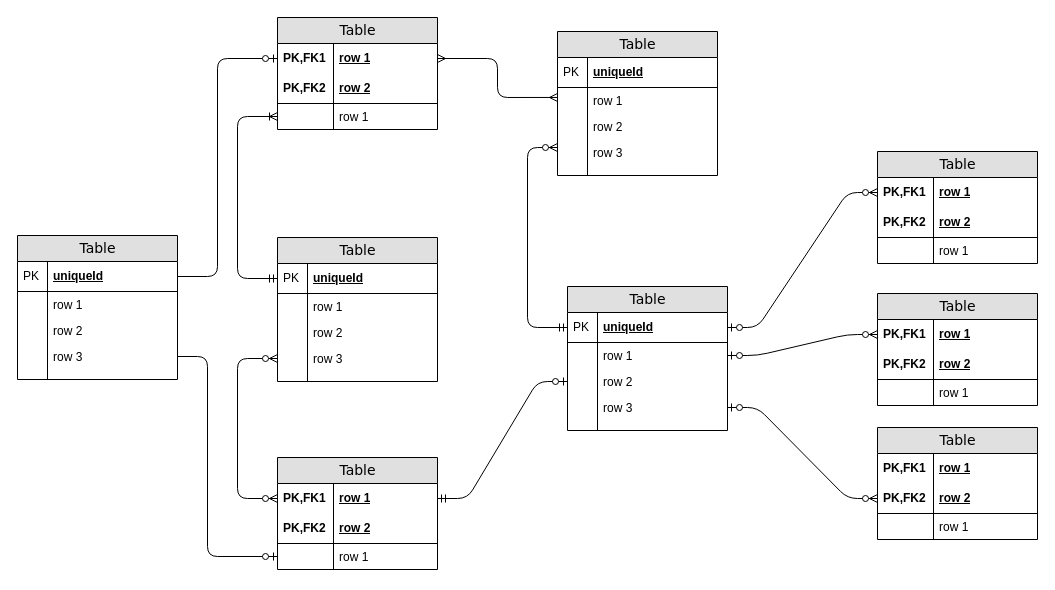
This is Data/Untitled Diagram.drawio from hamptoam/GroceryStoreGroupCapstone, a draw.io file, before an edit. Source tidied: cells renumbered, new cells numbered last; positions are measured from the earlier drawing's top-left corner, leaving out a move shared by most shapes. Both pictures are drawn from the tidied source at 100%, with x=0, y=0 at pixel (17, 17).
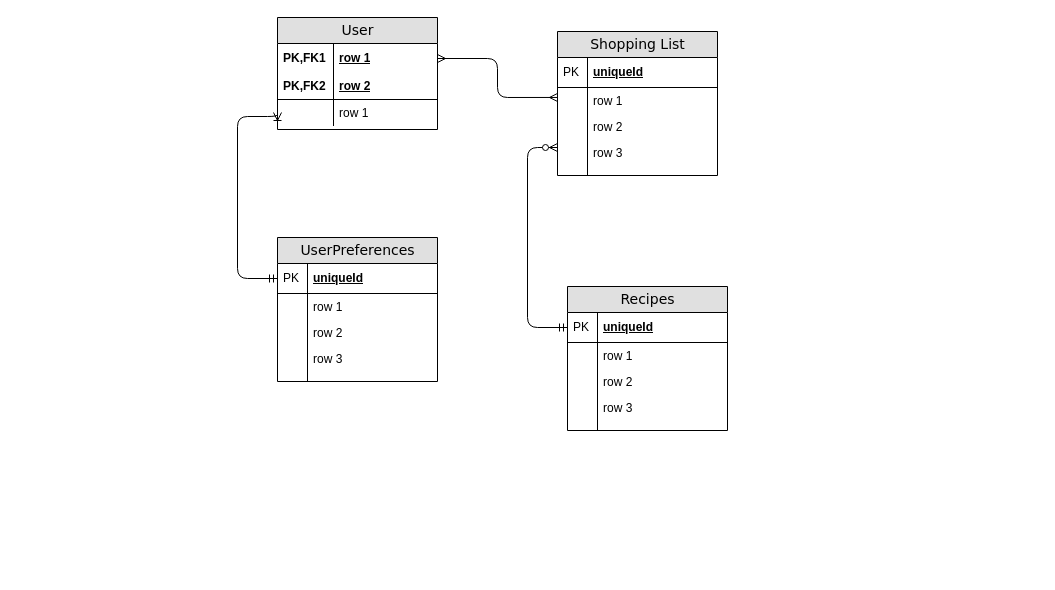
Above is the later version.

Unchanged cells that the change refers to:
```xml
<mxCell id="3" value="row 1" style="shape=partialRectangle;top=0;left=0;right=0;bottom=0;html=1;align=left;verticalAlign=middle;fillColor=none;spacingLeft=60;spacingRight=4;whiteSpace=wrap;overflow=hidden;points=[[0,0.5],[1,0.5]];portConstraint=eastwest;fontStyle=5;" parent="2" vertex="1">
  <mxGeometry y="26" width="160" height="30" as="geometry" />
</mxCell>
<mxCell id="27" value="row 3" style="shape=partialRectangle;top=0;left=0;right=0;bottom=0;html=1;align=left;verticalAlign=top;fillColor=none;spacingLeft=34;spacingRight=4;whiteSpace=wrap;overflow=hidden;points=[[0,0.5],[1,0.5]];portConstraint=eastwest;" parent="20" vertex="1">
  <mxGeometry y="108" width="160" height="26" as="geometry" />
</mxCell>
<mxCell id="32" value="uniqueId" style="shape=partialRectangle;top=0;left=0;right=0;bottom=1;html=1;align=left;verticalAlign=middle;fillColor=none;spacingLeft=34;spacingRight=4;whiteSpace=wrap;overflow=hidden;points=[[0,0.5],[1,0.5]];portConstraint=eastwest;fontStyle=5;" parent="31" vertex="1">
  <mxGeometry y="26" width="160" height="30" as="geometry" />
</mxCell>
<mxCell id="34" value="row 1" style="shape=partialRectangle;top=0;left=0;right=0;bottom=0;html=1;align=left;verticalAlign=top;fillColor=none;spacingLeft=34;spacingRight=4;whiteSpace=wrap;overflow=hidden;points=[[0,0.5],[1,0.5]];portConstraint=eastwest;" parent="31" vertex="1">
  <mxGeometry y="56" width="160" height="26" as="geometry" />
</mxCell>
<mxCell id="36" value="row 2" style="shape=partialRectangle;top=0;left=0;right=0;bottom=0;html=1;align=left;verticalAlign=top;fillColor=none;spacingLeft=34;spacingRight=4;whiteSpace=wrap;overflow=hidden;points=[[0,0.5],[1,0.5]];portConstraint=eastwest;" parent="31" vertex="1">
  <mxGeometry y="82" width="160" height="26" as="geometry" />
</mxCell>
<mxCell id="38" value="row 3" style="shape=partialRectangle;top=0;left=0;right=0;bottom=0;html=1;align=left;verticalAlign=top;fillColor=none;spacingLeft=34;spacingRight=4;whiteSpace=wrap;overflow=hidden;points=[[0,0.5],[1,0.5]];portConstraint=eastwest;" parent="31" vertex="1">
  <mxGeometry y="108" width="160" height="26" as="geometry" />
</mxCell>
```

What changed in the source:
```diff
@@
-    <mxCell id="2" value="Table" style="swimlane;html=1;fontStyle=0;horizontal=1;startSize=26;fillColor=#e0e0e0;swimlaneFillColor=#ffffff;align=center;rounded=0;shadow=0;comic=0;labelBackgroundColor=none;strokeColor=#000000;strokeWidth=1;fontFamily=Verdana;fontSize=14;fontColor=#000000;" parent="1" vertex="1">
+    <mxCell id="2" value="User" style="swimlane;html=1;fontStyle=0;horizontal=1;startSize=26;fillColor=#e0e0e0;swimlaneFillColor=#ffffff;align=center;rounded=0;shadow=0;comic=0;labelBackgroundColor=none;strokeColor=#000000;strokeWidth=1;fontFamily=Verdana;fontSize=14;fontColor=#000000;" parent="1" vertex="1">
       <mxGeometry x="260" width="160" height="112" as="geometry" />
     </mxCell>
@@
     <mxCell id="5" value="row 2" style="shape=partialRectangle;top=0;left=0;right=0;bottom=1;html=1;align=left;verticalAlign=middle;fillColor=none;spacingLeft=60;spacingRight=4;whiteSpace=wrap;overflow=hidden;fontStyle=5;" parent="2" vertex="1">
-      <mxGeometry y="56" width="160" height="30" as="geometry" />
+      <mxGeometry y="56" width="160" height="26" as="geometry" />
     </mxCell>
     <mxCell id="6" value="PK,FK2" style="shape=partialRectangle;fontStyle=1;top=0;left=0;bottom=0;html=1;fillColor=none;align=left;verticalAlign=middle;spacingLeft=4;spacingRight=4;whiteSpace=wrap;overflow=hidden;" parent="5" vertex="1">
-      <mxGeometry width="56" height="30" as="geometry" />
+      <mxGeometry width="56" height="26" as="geometry" />
     </mxCell>
     <mxCell id="7" value="row 1" style="shape=partialRectangle;top=0;left=0;right=0;bottom=0;html=1;align=left;verticalAlign=top;fillColor=none;spacingLeft=60;spacingRight=4;whiteSpace=wrap;overflow=hidden;points=[[0,0.5],[1,0.5]];portConstraint=eastwest;" parent="2" vertex="1">
-      <mxGeometry y="86" width="160" height="26" as="geometry" />
+      <mxGeometry y="82" width="160" height="26" as="geometry" />
     </mxCell>
@@
-    <mxCell id="9" value="Table" style="swimlane;html=1;fontStyle=0;horizontal=1;startSize=26;fillColor=#e0e0e0;swimlaneFillColor=#ffffff;align=center;rounded=0;shadow=0;comic=0;labelBackgroundColor=none;strokeColor=#000000;strokeWidth=1;fontFamily=Verdana;fontSize=14;fontColor=#000000;swimlaneLine=1;" parent="1" vertex="1">
+    <mxCell id="9" value="Shopping List" style="swimlane;html=1;fontStyle=0;horizontal=1;startSize=26;fillColor=#e0e0e0;swimlaneFillColor=#ffffff;align=center;rounded=0;shadow=0;comic=0;labelBackgroundColor=none;strokeColor=#000000;strokeWidth=1;fontFamily=Verdana;fontSize=14;fontColor=#000000;swimlaneLine=1;" parent="1" vertex="1">
       <mxGeometry x="540" y="14" width="160" height="144" as="geometry" />
     </mxCell>
@@
-    <mxCell id="20" value="Table" style="swimlane;html=1;fontStyle=0;horizontal=1;startSize=26;fillColor=#e0e0e0;swimlaneFillColor=#ffffff;align=center;rounded=0;shadow=0;comic=0;labelBackgroundColor=none;strokeColor=#000000;strokeWidth=1;fontFamily=Verdana;fontSize=14;fontColor=#000000;" parent="1" vertex="1">
+    <mxCell id="20" value="UserPreferences" style="swimlane;html=1;fontStyle=0;horizontal=1;startSize=26;fillColor=#e0e0e0;swimlaneFillColor=#ffffff;align=center;rounded=0;shadow=0;comic=0;labelBackgroundColor=none;strokeColor=#000000;strokeWidth=1;fontFamily=Verdana;fontSize=14;fontColor=#000000;" parent="1" vertex="1">
       <mxGeometry x="260" y="220" width="160" height="144" as="geometry" />
     </mxCell>
@@
-    <mxCell id="31" value="Table" style="swimlane;html=1;fontStyle=0;horizontal=1;startSize=26;fillColor=#e0e0e0;swimlaneFillColor=#ffffff;align=center;rounded=0;shadow=0;comic=0;labelBackgroundColor=none;strokeColor=#000000;strokeWidth=1;fontFamily=Verdana;fontSize=14;fontColor=#000000;" parent="1" vertex="1">
+    <mxCell id="31" value="Recipes" style="swimlane;html=1;fontStyle=0;horizontal=1;startSize=26;fillColor=#e0e0e0;swimlaneFillColor=#ffffff;align=center;rounded=0;shadow=0;comic=0;labelBackgroundColor=none;strokeColor=#000000;strokeWidth=1;fontFamily=Verdana;fontSize=14;fontColor=#000000;" parent="1" vertex="1">
       <mxGeometry x="550" y="269" width="160" height="144" as="geometry" />
     </mxCell>
@@
-    <mxCell id="42" value="Table" style="swimlane;html=1;fontStyle=0;horizontal=1;startSize=26;fillColor=#e0e0e0;swimlaneFillColor=#ffffff;align=center;rounded=0;shadow=0;comic=0;labelBackgroundColor=none;strokeColor=#000000;strokeWidth=1;fontFamily=Verdana;fontSize=14;fontColor=#000000;" parent="1" vertex="1">
-      <mxGeometry x="860" y="134" width="160" height="112" as="geometry" />
-    </mxCell>
-    <mxCell id="43" value="row 1" style="shape=partialRectangle;top=0;left=0;right=0;bottom=0;html=1;align=left;verticalAlign=middle;fillColor=none;spacingLeft=60;spacingRight=4;whiteSpace=wrap;overflow=hidden;points=[[0,0.5],[1,0.5]];portConstraint=eastwest;fontStyle=5;" parent="42" vertex="1">
-      <mxGeometry y="26" width="160" height="30" as="geometry" />
-    </mxCell>
-    <mxCell id="44" value="PK,FK1" style="shape=partialRectangle;fontStyle=1;top=0;left=0;bottom=0;html=1;fillColor=none;align=left;verticalAlign=middle;spacingLeft=4;spacingRight=4;whiteSpace=wrap;overflow=hidden;" parent="43" vertex="1">
-      <mxGeometry width="56" height="30" as="geometry" />
-    </mxCell>
-    <mxCell id="45" value="row 2" style="shape=partialRectangle;top=0;left=0;right=0;bottom=1;html=1;align=left;verticalAlign=middle;fillColor=none;spacingLeft=60;spacingRight=4;whiteSpace=wrap;overflow=hidden;fontStyle=5;" parent="42" vertex="1">
-      <mxGeometry y="56" width="160" height="30" as="geometry" />
-    </mxCell>
-    <mxCell id="46" value="PK,FK2" style="shape=partialRectangle;fontStyle=1;top=0;left=0;bottom=0;html=1;fillColor=none;align=left;verticalAlign=middle;spacingLeft=4;spacingRight=4;whiteSpace=wrap;overflow=hidden;" parent="45" vertex="1">
-      <mxGeometry width="56" height="30" as="geometry" />
-    </mxCell>
-    <mxCell id="47" value="row 1" style="shape=partialRectangle;top=0;left=0;right=0;bottom=0;html=1;align=left;verticalAlign=top;fillColor=none;spacingLeft=60;spacingRight=4;whiteSpace=wrap;overflow=hidden;" parent="42" vertex="1">
-      <mxGeometry y="86" width="160" height="26" as="geometry" />
-    </mxCell>
-    <mxCell id="48" style="shape=partialRectangle;top=0;left=0;bottom=0;html=1;fillColor=none;align=left;verticalAlign=top;spacingLeft=4;spacingRight=4;whiteSpace=wrap;overflow=hidden;" parent="47" vertex="1">
-      <mxGeometry width="56" height="26" as="geometry" />
-    </mxCell>
-    <mxCell id="49" value="Table" style="swimlane;html=1;fontStyle=0;horizontal=1;startSize=26;fillColor=#e0e0e0;swimlaneFillColor=#ffffff;align=center;rounded=0;shadow=0;comic=0;labelBackgroundColor=none;strokeColor=#000000;strokeWidth=1;fontFamily=Verdana;fontSize=14;fontColor=#000000;" parent="1" vertex="1">
-      <mxGeometry x="260" y="440" width="160" height="112" as="geometry" />
-    </mxCell>
-    <mxCell id="50" value="row 1" style="shape=partialRectangle;top=0;left=0;right=0;bottom=0;html=1;align=left;verticalAlign=middle;fillColor=none;spacingLeft=60;spacingRight=4;whiteSpace=wrap;overflow=hidden;points=[[0,0.5],[1,0.5]];portConstraint=eastwest;fontStyle=5;" parent="49" vertex="1">
-      <mxGeometry y="26" width="160" height="30" as="geometry" />
-    </mxCell>
-    <mxCell id="51" value="PK,FK1" style="shape=partialRectangle;fontStyle=1;top=0;left=0;bottom=0;html=1;fillColor=none;align=left;verticalAlign=middle;spacingLeft=4;spacingRight=4;whiteSpace=wrap;overflow=hidden;" parent="50" vertex="1">
-      <mxGeometry width="56" height="30" as="geometry" />
-    </mxCell>
-    <mxCell id="52" value="row 2" style="shape=partialRectangle;top=0;left=0;right=0;bottom=1;html=1;align=left;verticalAlign=middle;fillColor=none;spacingLeft=60;spacingRight=4;whiteSpace=wrap;overflow=hidden;fontStyle=5;" parent="49" vertex="1">
-      <mxGeometry y="56" width="160" height="30" as="geometry" />
-    </mxCell>
-    <mxCell id="53" value="PK,FK2" style="shape=partialRectangle;fontStyle=1;top=0;left=0;bottom=0;html=1;fillColor=none;align=left;verticalAlign=middle;spacingLeft=4;spacingRight=4;whiteSpace=wrap;overflow=hidden;" parent="52" vertex="1">
-      <mxGeometry width="56" height="30" as="geometry" />
-    </mxCell>
-    <mxCell id="54" value="row 1" style="shape=partialRectangle;top=0;left=0;right=0;bottom=0;html=1;align=left;verticalAlign=top;fillColor=none;spacingLeft=60;spacingRight=4;whiteSpace=wrap;overflow=hidden;points=[[0,0.5],[1,0.5]];portConstraint=eastwest;" parent="49" vertex="1">
-      <mxGeometry y="86" width="160" height="26" as="geometry" />
-    </mxCell>
-    <mxCell id="55" style="shape=partialRectangle;top=0;left=0;bottom=0;html=1;fillColor=none;align=left;verticalAlign=top;spacingLeft=4;spacingRight=4;whiteSpace=wrap;overflow=hidden;" parent="54" vertex="1">
-      <mxGeometry width="56" height="26" as="geometry" />
-    </mxCell>
@@
-    <mxCell id="57" style="edgeStyle=orthogonalEdgeStyle;html=1;endArrow=ERzeroToMany;endFill=1;startArrow=ERzeroToMany;labelBackgroundColor=none;fontFamily=Verdana;fontSize=14;entryX=0;entryY=0.5;exitX=0;exitY=0.5;" parent="1" edge="1" source="50" target="27">
-      <mxGeometry relative="1" as="geometry">
-        <Array as="points">
-          <mxPoint x="220" y="481" />
-          <mxPoint x="220" y="341" />
-        </Array>
-      </mxGeometry>
-    </mxCell>
@@
-    <mxCell id="60" style="edgeStyle=entityRelationEdgeStyle;html=1;endArrow=ERzeroToOne;startArrow=ERmandOne;labelBackgroundColor=none;fontFamily=Verdana;fontSize=14;exitX=1;exitY=0.5;entryX=0;entryY=0.5;" parent="1" edge="1" source="50" target="36">
-      <mxGeometry relative="1" as="geometry" />
-    </mxCell>
-    <mxCell id="61" style="edgeStyle=entityRelationEdgeStyle;html=1;endArrow=ERzeroToMany;startArrow=ERzeroToOne;labelBackgroundColor=none;fontFamily=Verdana;fontSize=14;entryX=0;entryY=0.5;exitX=1;exitY=0.5;" parent="1" edge="1" source="32" target="43">
-      <mxGeometry relative="1" as="geometry" />
-    </mxCell>
-    <mxCell id="62" value="Table" style="swimlane;html=1;fontStyle=0;horizontal=1;startSize=26;fillColor=#e0e0e0;swimlaneFillColor=#ffffff;align=center;rounded=0;shadow=0;comic=0;labelBackgroundColor=none;strokeColor=#000000;strokeWidth=1;fontFamily=Verdana;fontSize=14;fontColor=#000000;" parent="1" vertex="1">
-      <mxGeometry x="860" y="276" width="160" height="112" as="geometry" />
-    </mxCell>
-    <mxCell id="63" value="row 1" style="shape=partialRectangle;top=0;left=0;right=0;bottom=0;html=1;align=left;verticalAlign=middle;fillColor=none;spacingLeft=60;spacingRight=4;whiteSpace=wrap;overflow=hidden;points=[[0,0.5],[1,0.5]];portConstraint=eastwest;fontStyle=5;" parent="62" vertex="1">
-      <mxGeometry y="26" width="160" height="30" as="geometry" />
-    </mxCell>
-    <mxCell id="64" value="PK,FK1" style="shape=partialRectangle;fontStyle=1;top=0;left=0;bottom=0;html=1;fillColor=none;align=left;verticalAlign=middle;spacingLeft=4;spacingRight=4;whiteSpace=wrap;overflow=hidden;" parent="63" vertex="1">
-      <mxGeometry width="56" height="30" as="geometry" />
-    </mxCell>
-    <mxCell id="65" value="row 2" style="shape=partialRectangle;top=0;left=0;right=0;bottom=1;html=1;align=left;verticalAlign=middle;fillColor=none;spacingLeft=60;spacingRight=4;whiteSpace=wrap;overflow=hidden;fontStyle=5;" parent="62" vertex="1">
-      <mxGeometry y="56" width="160" height="30" as="geometry" />
-    </mxCell>
-    <mxCell id="66" value="PK,FK2" style="shape=partialRectangle;fontStyle=1;top=0;left=0;bottom=0;html=1;fillColor=none;align=left;verticalAlign=middle;spacingLeft=4;spacingRight=4;whiteSpace=wrap;overflow=hidden;" parent="65" vertex="1">
-      <mxGeometry width="56" height="30" as="geometry" />
-    </mxCell>
-    <mxCell id="67" value="row 1" style="shape=partialRectangle;top=0;left=0;right=0;bottom=0;html=1;align=left;verticalAlign=top;fillColor=none;spacingLeft=60;spacingRight=4;whiteSpace=wrap;overflow=hidden;" parent="62" vertex="1">
-      <mxGeometry y="86" width="160" height="26" as="geometry" />
-    </mxCell>
-    <mxCell id="68" style="shape=partialRectangle;top=0;left=0;bottom=0;html=1;fillColor=none;align=left;verticalAlign=top;spacingLeft=4;spacingRight=4;whiteSpace=wrap;overflow=hidden;" parent="67" vertex="1">
-      <mxGeometry width="56" height="26" as="geometry" />
-    </mxCell>
-    <mxCell id="69" value="Table" style="swimlane;html=1;fontStyle=0;horizontal=1;startSize=26;fillColor=#e0e0e0;swimlaneFillColor=#ffffff;align=center;rounded=0;shadow=0;comic=0;labelBackgroundColor=none;strokeColor=#000000;strokeWidth=1;fontFamily=Verdana;fontSize=14;fontColor=#000000;" parent="1" vertex="1">
-      <mxGeometry x="860" y="410" width="160" height="112" as="geometry" />
-    </mxCell>
-    <mxCell id="70" value="row 1" style="shape=partialRectangle;top=0;left=0;right=0;bottom=0;html=1;align=left;verticalAlign=middle;fillColor=none;spacingLeft=60;spacingRight=4;whiteSpace=wrap;overflow=hidden;fontStyle=5;" parent="69" vertex="1">
-      <mxGeometry y="26" width="160" height="30" as="geometry" />
-    </mxCell>
-    <mxCell id="71" value="PK,FK1" style="shape=partialRectangle;fontStyle=1;top=0;left=0;bottom=0;html=1;fillColor=none;align=left;verticalAlign=middle;spacingLeft=4;spacingRight=4;whiteSpace=wrap;overflow=hidden;" parent="70" vertex="1">
-      <mxGeometry width="56" height="30" as="geometry" />
-    </mxCell>
-    <mxCell id="72" value="row 2" style="shape=partialRectangle;top=0;left=0;right=0;bottom=1;html=1;align=left;verticalAlign=middle;fillColor=none;spacingLeft=60;spacingRight=4;whiteSpace=wrap;overflow=hidden;points=[[0,0.5],[1,0.5]];portConstraint=eastwest;fontStyle=5;" parent="69" vertex="1">
-      <mxGeometry y="56" width="160" height="30" as="geometry" />
-    </mxCell>
-    <mxCell id="73" value="PK,FK2" style="shape=partialRectangle;fontStyle=1;top=0;left=0;bottom=0;html=1;fillColor=none;align=left;verticalAlign=middle;spacingLeft=4;spacingRight=4;whiteSpace=wrap;overflow=hidden;" parent="72" vertex="1">
-      <mxGeometry width="56" height="30" as="geometry" />
-    </mxCell>
-    <mxCell id="74" value="row 1" style="shape=partialRectangle;top=0;left=0;right=0;bottom=0;html=1;align=left;verticalAlign=top;fillColor=none;spacingLeft=60;spacingRight=4;whiteSpace=wrap;overflow=hidden;" parent="69" vertex="1">
-      <mxGeometry y="86" width="160" height="26" as="geometry" />
-    </mxCell>
-    <mxCell id="75" style="shape=partialRectangle;top=0;left=0;bottom=0;html=1;fillColor=none;align=left;verticalAlign=top;spacingLeft=4;spacingRight=4;whiteSpace=wrap;overflow=hidden;" parent="74" vertex="1">
-      <mxGeometry width="56" height="26" as="geometry" />
-    </mxCell>
-    <mxCell id="76" style="edgeStyle=entityRelationEdgeStyle;html=1;endArrow=ERzeroToMany;startArrow=ERzeroToOne;labelBackgroundColor=none;fontFamily=Verdana;fontSize=14;entryX=0;entryY=0.5;exitX=1;exitY=0.5;" parent="1" edge="1" source="34" target="63">
-      <mxGeometry relative="1" as="geometry" />
-    </mxCell>
-    <mxCell id="77" style="edgeStyle=entityRelationEdgeStyle;html=1;endArrow=ERzeroToMany;startArrow=ERzeroToOne;labelBackgroundColor=none;fontFamily=Verdana;fontSize=14;entryX=0;entryY=0.5;exitX=1;exitY=0.5;" parent="1" edge="1" source="38" target="72">
-      <mxGeometry relative="1" as="geometry" />
-    </mxCell>
-    <mxCell id="78" value="Table" style="swimlane;html=1;fontStyle=0;horizontal=1;startSize=26;fillColor=#e0e0e0;swimlaneFillColor=#ffffff;align=center;rounded=0;shadow=0;comic=0;labelBackgroundColor=none;strokeColor=#000000;strokeWidth=1;fontFamily=Verdana;fontSize=14;fontColor=#000000;" parent="1" vertex="1">
-      <mxGeometry y="218" width="160" height="144" as="geometry" />
-    </mxCell>
-    <mxCell id="79" value="uniqueId" style="shape=partialRectangle;top=0;left=0;right=0;bottom=1;html=1;align=left;verticalAlign=middle;fillColor=none;spacingLeft=34;spacingRight=4;whiteSpace=wrap;overflow=hidden;points=[[0,0.5],[1,0.5]];portConstraint=eastwest;fontStyle=5;" parent="78" vertex="1">
-      <mxGeometry y="26" width="160" height="30" as="geometry" />
-    </mxCell>
-    <mxCell id="80" value="PK" style="shape=partialRectangle;top=0;left=0;bottom=0;html=1;fillColor=none;align=left;verticalAlign=middle;spacingLeft=4;spacingRight=4;whiteSpace=wrap;overflow=hidden;" parent="79" vertex="1">
-      <mxGeometry width="30" height="30" as="geometry" />
-    </mxCell>
-    <mxCell id="81" value="row 1" style="shape=partialRectangle;top=0;left=0;right=0;bottom=0;html=1;align=left;verticalAlign=top;fillColor=none;spacingLeft=34;spacingRight=4;whiteSpace=wrap;overflow=hidden;" parent="78" vertex="1">
-      <mxGeometry y="56" width="160" height="26" as="geometry" />
-    </mxCell>
-    <mxCell id="82" style="shape=partialRectangle;top=0;left=0;bottom=0;html=1;fillColor=none;align=left;verticalAlign=top;spacingLeft=4;spacingRight=4;whiteSpace=wrap;overflow=hidden;" parent="81" vertex="1">
-      <mxGeometry width="30" height="26" as="geometry" />
-    </mxCell>
-    <mxCell id="83" value="row 2" style="shape=partialRectangle;top=0;left=0;right=0;bottom=0;html=1;align=left;verticalAlign=top;fillColor=none;spacingLeft=34;spacingRight=4;whiteSpace=wrap;overflow=hidden;" parent="78" vertex="1">
-      <mxGeometry y="82" width="160" height="26" as="geometry" />
-    </mxCell>
-    <mxCell id="84" style="shape=partialRectangle;top=0;left=0;bottom=0;html=1;fillColor=none;align=left;verticalAlign=top;spacingLeft=4;spacingRight=4;whiteSpace=wrap;overflow=hidden;" parent="83" vertex="1">
-      <mxGeometry width="30" height="26" as="geometry" />
-    </mxCell>
-    <mxCell id="85" value="row 3" style="shape=partialRectangle;top=0;left=0;right=0;bottom=0;html=1;align=left;verticalAlign=top;fillColor=none;spacingLeft=34;spacingRight=4;whiteSpace=wrap;overflow=hidden;points=[[0,0.5],[1,0.5]];portConstraint=eastwest;" parent="78" vertex="1">
-      <mxGeometry y="108" width="160" height="26" as="geometry" />
-    </mxCell>
-    <mxCell id="86" style="shape=partialRectangle;top=0;left=0;bottom=0;html=1;fillColor=none;align=left;verticalAlign=top;spacingLeft=4;spacingRight=4;whiteSpace=wrap;overflow=hidden;" parent="85" vertex="1">
-      <mxGeometry width="30" height="26" as="geometry" />
-    </mxCell>
-    <mxCell id="87" style="shape=partialRectangle;top=0;left=0;right=0;bottom=0;html=1;align=left;verticalAlign=top;fillColor=none;spacingLeft=34;spacingRight=4;whiteSpace=wrap;overflow=hidden;" parent="78" vertex="1">
-      <mxGeometry y="134" width="160" height="10" as="geometry" />
-    </mxCell>
-    <mxCell id="88" style="shape=partialRectangle;top=0;left=0;bottom=0;html=1;fillColor=none;align=left;verticalAlign=top;spacingLeft=4;spacingRight=4;whiteSpace=wrap;overflow=hidden;" parent="87" vertex="1">
-      <mxGeometry width="30" height="10" as="geometry" />
-    </mxCell>
-    <mxCell id="89" style="edgeStyle=orthogonalEdgeStyle;html=1;endArrow=ERzeroToOne;endFill=1;labelBackgroundColor=none;fontFamily=Verdana;fontSize=14;entryX=0;entryY=0.5;exitX=1;exitY=0.5;" parent="1" edge="1" source="79" target="3">
-      <mxGeometry relative="1" as="geometry">
-        <Array as="points">
-          <mxPoint x="200" y="259" />
-          <mxPoint x="200" y="41" />
-        </Array>
-      </mxGeometry>
-    </mxCell>
-    <mxCell id="90" style="edgeStyle=orthogonalEdgeStyle;html=1;endArrow=ERzeroToOne;endFill=1;labelBackgroundColor=none;fontFamily=Verdana;fontSize=14;entryX=0;entryY=0.5;exitX=1;exitY=0.5;" parent="1" edge="1" source="85" target="54">
-      <mxGeometry relative="1" as="geometry">
-        <Array as="points">
-          <mxPoint x="190" y="339" />
-          <mxPoint x="190" y="539" />
-        </Array>
-      </mxGeometry>
-    </mxCell>
```
